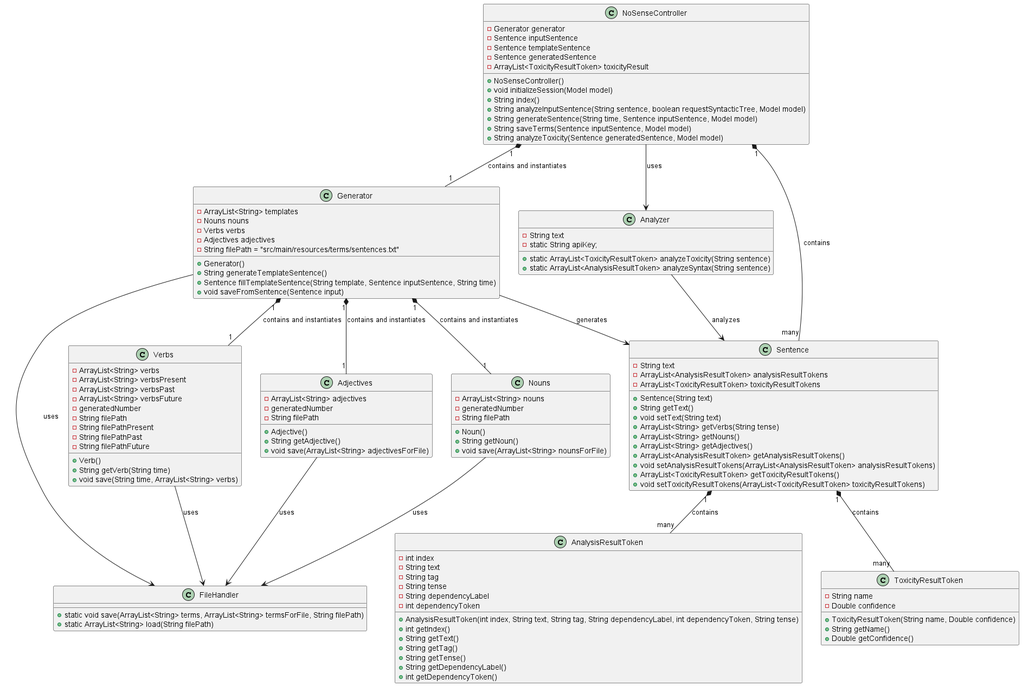
Before: docs/classdiagram.png, a diagram exported from PlantUML (Giovi2004/NoSenseGenerator).
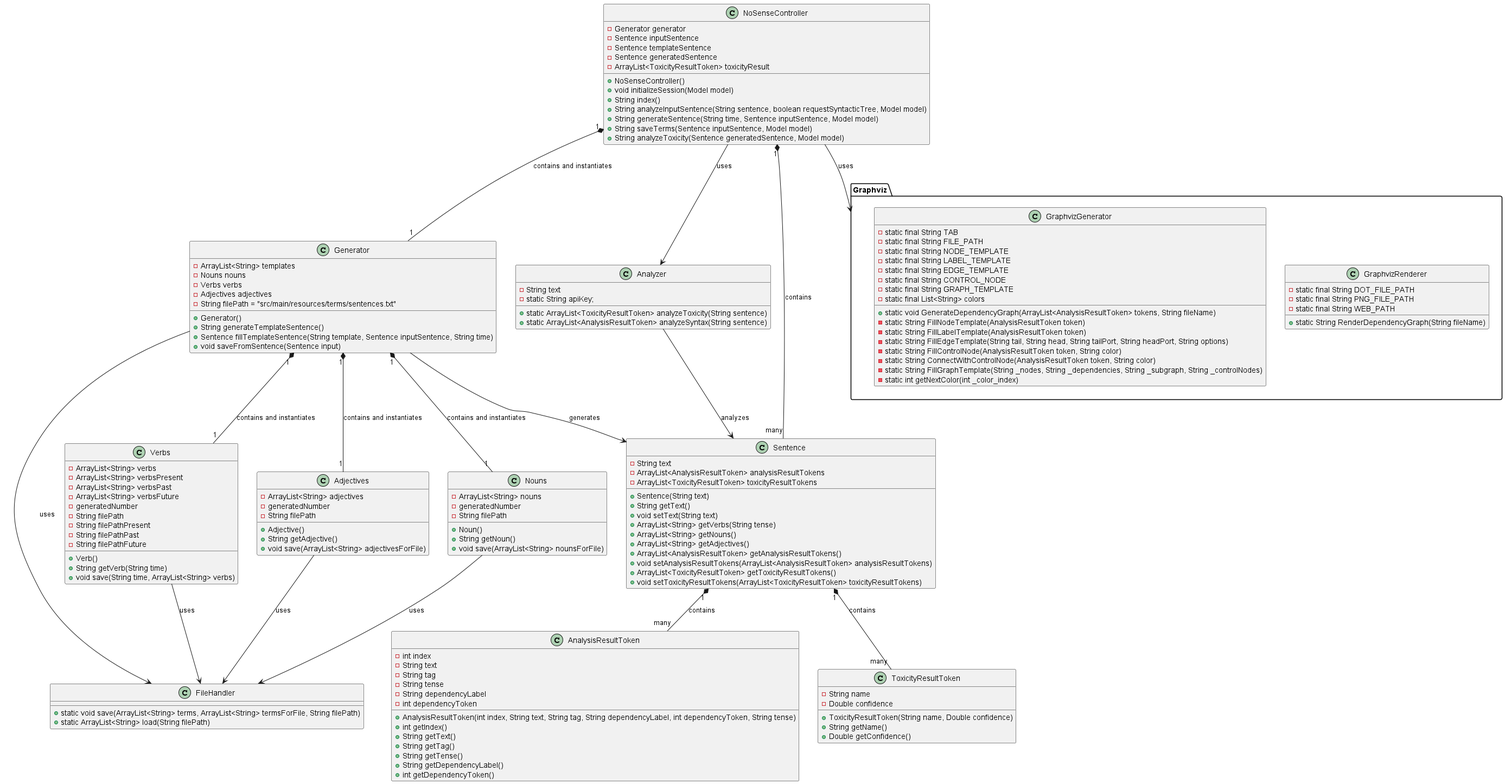
After the change.

Commit message:
REFINE - Update class diagram and add internal sequence diagram for sentence analysis; enhance Graphviz integration in the architecture.

Diff of the diagram source:
```diff
@@ -110,6 +110,35 @@
 }
 
 
+package "Graphviz" {
+    class GraphvizRenderer {
+        -static final String DOT_FILE_PATH
+        -static final String PNG_FILE_PATH
+        -static final String WEB_PATH
+        +static String RenderDependencyGraph(String fileName)
+    }
+
+    class GraphvizGenerator {
+        -static final String TAB
+        -static final String FILE_PATH
+        -static final String NODE_TEMPLATE
+        -static final String LABEL_TEMPLATE
+        -static final String EDGE_TEMPLATE
+        -static final String CONTROL_NODE
+        -static final String GRAPH_TEMPLATE
+        -static final List<String> colors
+        +static void GenerateDependencyGraph(ArrayList<AnalysisResultToken> tokens, String fileName)
+        -static String FillNodeTemplate(AnalysisResultToken token)
+        -static String FillLabelTemplate(AnalysisResultToken token)
+        -static String FillEdgeTemplate(String tail, String head, String tailPort, String headPort, String options)
+        -static String FillControlNode(AnalysisResultToken token, String color)
+        -static String ConnectWithControlNode(AnalysisResultToken token, String color)
+        -static String FillGraphTemplate(String _nodes, String _dependencies, String _subgraph, String _controlNodes)
+        -static int getNextColor(int _color_index)
+    }
+}
+
+
 NoSenseController "1" *-- "many" Sentence : contains
 Generator -->Sentence : generates
 NoSenseController --> Analyzer : uses
@@ -124,5 +153,5 @@
 Generator  --> FileHandler : uses
 Sentence "1" *-- "many" AnalysisResultToken : contains
 Sentence "1" *-- "many" ToxicityResultToken : contains
-
+NoSenseController --> "Graphviz":uses
 @enduml
```
